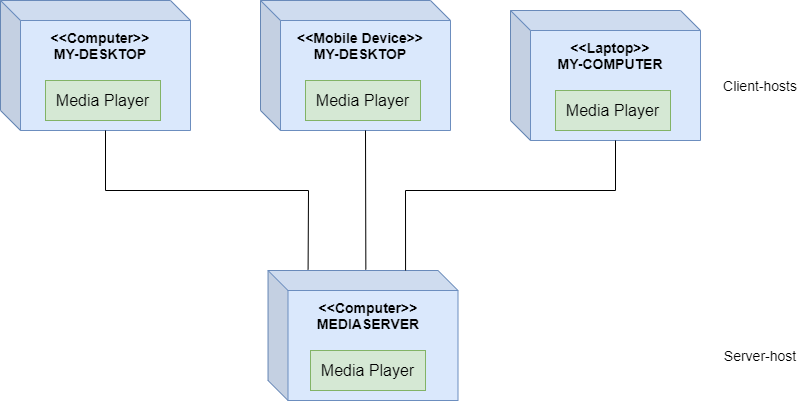
smitbmx/Architecture-Diagrams keeps this draw.io diagram as Architectural styles/Layred Systems/Dataserver nTierDiagram.png. Above is the earlier version. Source tidied: cells renumbered, new cells last; positions are measured from the earlier drawing's top-left corner, leaving out a move shared by most shapes.
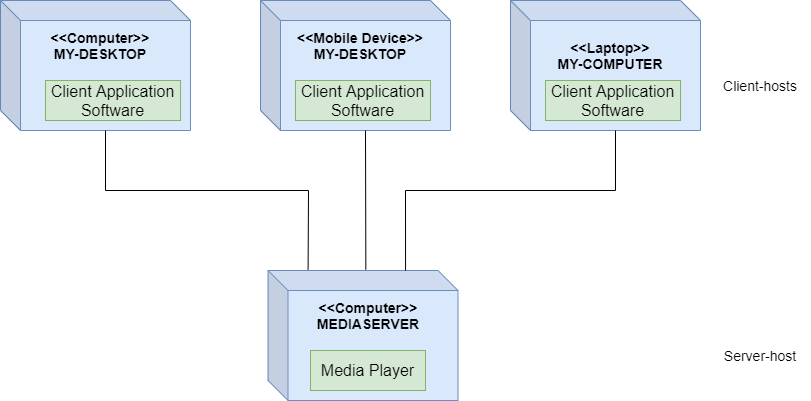
Later version of the same file.

Diff of the diagram source:
```diff
@@ -8,8 +8,8 @@
     <mxCell id="3" value="&amp;lt;&amp;lt;Computer&amp;gt;&amp;gt;&lt;br style=&quot;font-size: 14px;&quot;&gt;MY-DESKTOP" style="text;html=1;strokeColor=none;fillColor=none;align=center;verticalAlign=middle;whiteSpace=wrap;rounded=0;fontSize=14;fontStyle=1;" parent="1" vertex="1">
       <mxGeometry x="35" y="30" width="130" height="30" as="geometry" />
     </mxCell>
-    <mxCell id="4" value="&lt;font style=&quot;font-size: 16px&quot;&gt;Media Player&lt;/font&gt;" style="rounded=0;whiteSpace=wrap;html=1;fillColor=#d5e8d4;strokeColor=#82b366;" parent="1" vertex="1">
-      <mxGeometry x="45" y="80" width="115" height="40" as="geometry" />
+    <mxCell id="4" value="&lt;font style=&quot;font-size: 16px&quot;&gt;Client Application Software&lt;/font&gt;" style="rounded=0;whiteSpace=wrap;html=1;fillColor=#d5e8d4;strokeColor=#82b366;" parent="1" vertex="1">
+      <mxGeometry x="45" y="80" width="135" height="40" as="geometry" />
     </mxCell>
     <mxCell id="5" style="shape=cube;whiteSpace=wrap;html=1;boundedLbl=1;backgroundOutline=1;darkOpacity=0.05;darkOpacity2=0.1;fillColor=#dae8fc;strokeColor=#6c8ebf;" parent="1" vertex="1">
       <mxGeometry x="260" width="190" height="130" as="geometry" />
@@ -17,18 +17,12 @@
     <mxCell id="6" value="&amp;lt;&amp;lt;Mobile Device&amp;gt;&amp;gt;&lt;br style=&quot;font-size: 14px&quot;&gt;MY-DESKTOP" style="text;html=1;strokeColor=none;fillColor=none;align=center;verticalAlign=middle;whiteSpace=wrap;rounded=0;fontSize=14;fontStyle=1;" parent="1" vertex="1">
       <mxGeometry x="295" y="30" width="130" height="30" as="geometry" />
     </mxCell>
-    <mxCell id="7" value="&lt;font style=&quot;font-size: 16px&quot;&gt;Media Player&lt;/font&gt;" style="rounded=0;whiteSpace=wrap;html=1;fillColor=#d5e8d4;strokeColor=#82b366;" parent="1" vertex="1">
-      <mxGeometry x="305" y="80" width="115" height="40" as="geometry" />
-    </mxCell>
     <mxCell id="8" style="shape=cube;whiteSpace=wrap;html=1;boundedLbl=1;backgroundOutline=1;darkOpacity=0.05;darkOpacity2=0.1;fillColor=#dae8fc;strokeColor=#6c8ebf;" parent="1" vertex="1">
-      <mxGeometry x="510" y="10" width="190" height="130" as="geometry" />
+      <mxGeometry x="510" width="190" height="130" as="geometry" />
     </mxCell>
     <mxCell id="9" value="&amp;lt;&amp;lt;Laptop&amp;gt;&amp;gt;&lt;br style=&quot;font-size: 14px&quot;&gt;MY-COMPUTER" style="text;html=1;strokeColor=none;fillColor=none;align=center;verticalAlign=middle;whiteSpace=wrap;rounded=0;fontSize=14;fontStyle=1;" parent="1" vertex="1">
       <mxGeometry x="545" y="40" width="130" height="30" as="geometry" />
     </mxCell>
-    <mxCell id="10" value="&lt;font style=&quot;font-size: 16px&quot;&gt;Media Player&lt;/font&gt;" style="rounded=0;whiteSpace=wrap;html=1;fillColor=#d5e8d4;strokeColor=#82b366;" parent="1" vertex="1">
-      <mxGeometry x="555" y="90" width="115" height="40" as="geometry" />
-    </mxCell>
     <mxCell id="11" style="shape=cube;whiteSpace=wrap;html=1;boundedLbl=1;backgroundOutline=1;darkOpacity=0.05;darkOpacity2=0.1;fillColor=#dae8fc;strokeColor=#6c8ebf;" parent="1" vertex="1">
       <mxGeometry x="267.5" y="270" width="190" height="130" as="geometry" />
     </mxCell>
@@ -63,5 +57,11 @@
     <mxCell id="18" value="Client-hosts" style="text;html=1;strokeColor=none;fillColor=none;align=center;verticalAlign=middle;whiteSpace=wrap;rounded=0;fontSize=14;" parent="1" vertex="1">
       <mxGeometry x="710" y="70" width="100" height="30" as="geometry" />
     </mxCell>
+    <mxCell id="19" value="&lt;font style=&quot;font-size: 16px&quot;&gt;Client Application Software&lt;/font&gt;" style="rounded=0;whiteSpace=wrap;html=1;fillColor=#d5e8d4;strokeColor=#82b366;" parent="1" vertex="1">
+      <mxGeometry x="295" y="80" width="135" height="40" as="geometry" />
+    </mxCell>
+    <mxCell id="20" value="&lt;font style=&quot;font-size: 16px&quot;&gt;Client Application Software&lt;/font&gt;" style="rounded=0;whiteSpace=wrap;html=1;fillColor=#d5e8d4;strokeColor=#82b366;" parent="1" vertex="1">
+      <mxGeometry x="545" y="80" width="135" height="40" as="geometry" />
+    </mxCell>
   </root>
 </mxGraphModel>
```
